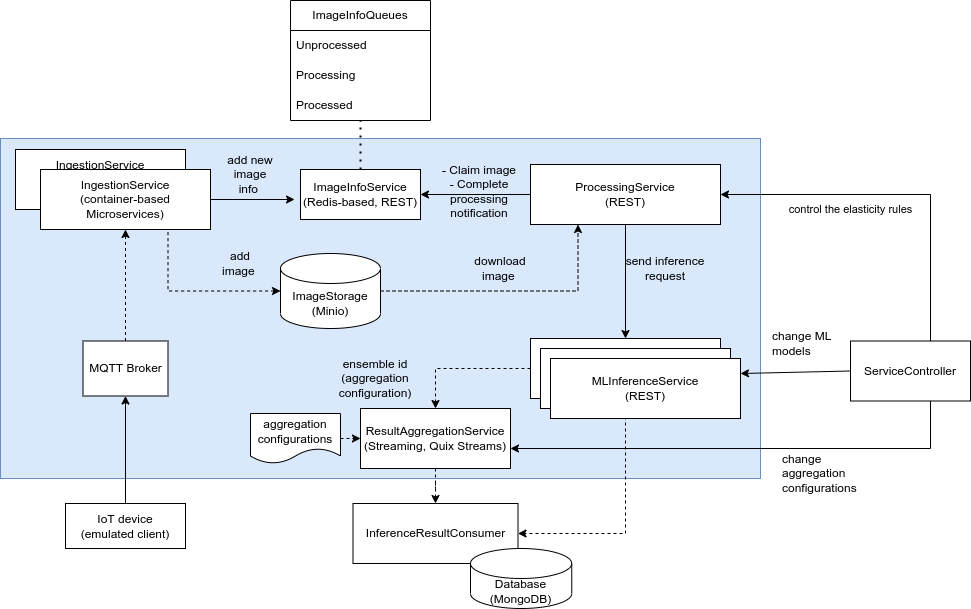
rdsea/ROHE keeps this draw.io diagram as examples/applications/object_classification/nii_case.drawio.png. Above is the earlier version. Source tidied: cells renumbered, new cells last; positions are measured from the earlier drawing's top-left corner, leaving out a move shared by most shapes.
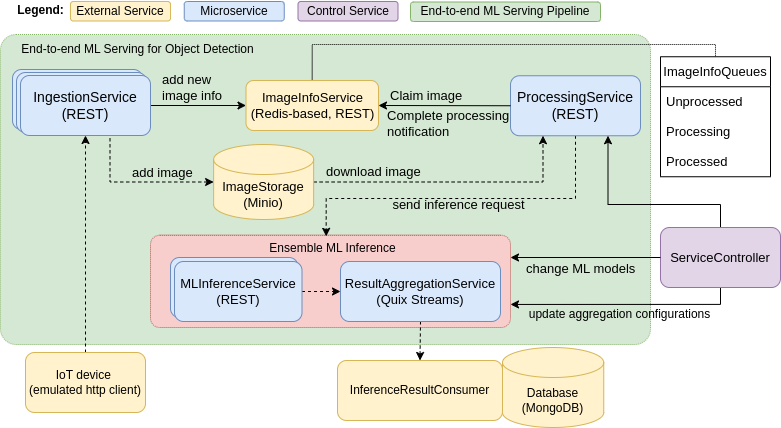
After the change.

The edit, as a diff of the source:
```diff
@@ -4,48 +4,50 @@
     <mxCell id="1" parent="0" />
-    <mxCell id="2" style="rounded=0;whiteSpace=wrap;html=1;fillColor=#dae8fc;strokeColor=#6c8ebf;" parent="1" vertex="1">
-      <mxGeometry y="138" width="760" height="340" as="geometry" />
-    </mxCell>
-    <mxCell id="3" style="edgeStyle=orthogonalEdgeStyle;rounded=0;jettySize=auto;html=1;" parent="1" edge="1" source="4" target="30">
-      <mxGeometry relative="1" as="geometry" />
-    </mxCell>
-    <mxCell id="4" value="IoT device&lt;br&gt;(emulated client)" style="rounded=0;whiteSpace=wrap;html=1;" parent="1" vertex="1">
-      <mxGeometry x="65" y="503" width="120" height="45" as="geometry" />
-    </mxCell>
-    <mxCell id="5" style="edgeStyle=orthogonalEdgeStyle;rounded=0;jettySize=auto;html=1;entryX=0.5;entryY=0;entryDx=0;entryDy=0;dashed=1;" parent="1" edge="1" source="7" target="33">
-      <mxGeometry relative="1" as="geometry" />
-    </mxCell>
-    <mxCell id="6" style="edgeStyle=orthogonalEdgeStyle;rounded=0;jettySize=auto;html=1;entryX=1;entryY=0.5;entryDx=0;entryDy=0;exitX=0.5;exitY=1;exitDx=0;exitDy=0;dashed=1;" parent="1" edge="1" source="7" target="31">
-      <mxGeometry relative="1" as="geometry" />
-    </mxCell>
-    <mxCell id="7" value="MLInferenceService&lt;br&gt;(REST)" style="rounded=0;whiteSpace=wrap;html=1;" parent="1" vertex="1">
-      <mxGeometry x="530" y="338" width="190" height="60" as="geometry" />
-    </mxCell>
+    <mxCell id="45" style="rounded=1;whiteSpace=wrap;html=1;fillColor=#d5e8d4;strokeColor=#82b366;arcSize=5;dashed=1;dashPattern=1 1;" parent="1" vertex="1">
+      <mxGeometry x="-590" y="2243" width="650" height="310" as="geometry" />
+    </mxCell>
+    <mxCell id="46" style="edgeStyle=orthogonalEdgeStyle;rounded=0;jettySize=auto;html=1;entryX=0;entryY=0.5;entryDx=0;entryDy=0;exitX=1;exitY=0.5;exitDx=0;exitDy=0;" parent="1" edge="1" source="60" target="12">
+      <mxGeometry relative="1" as="geometry" />
+    </mxCell>
+    <mxCell id="47" style="rounded=1;whiteSpace=wrap;html=1;dashed=1;dashPattern=1 1;fillColor=#f8cecc;strokeColor=#b85450;arcSize=10;" parent="1" vertex="1">
+      <mxGeometry x="-440" y="2443.8" width="360" height="92.2" as="geometry" />
+    </mxCell>
+    <mxCell id="48" style="edgeStyle=orthogonalEdgeStyle;rounded=0;jettySize=auto;html=1;exitX=0.5;exitY=0;exitDx=0;exitDy=0;entryX=0.5;entryY=1;entryDx=0;entryDy=0;dashed=1;" parent="1" edge="1" source="49" target="60">
+      <mxGeometry relative="1" as="geometry" />
+    </mxCell>
+    <mxCell id="49" value="IoT device&amp;nbsp;&lt;br&gt;(emulated http client)" style="rounded=1;whiteSpace=wrap;html=1;fillColor=#fff2cc;strokeColor=#d6b656;" parent="1" vertex="1">
+      <mxGeometry x="-565" y="2561" width="120" height="60" as="geometry" />
+    </mxCell>
+    <mxCell id="20" value="&lt;span style=&quot;font-size: 13px; text-align: left;&quot;&gt;send inference request&lt;/span&gt;" style="edgeStyle=orthogonalEdgeStyle;rounded=0;jettySize=auto;html=1;dashed=1;entryX=0.488;entryY=0.012;entryDx=0;entryDy=0;entryPerimeter=0;labelBackgroundColor=none;" parent="1" edge="1" source="8" target="47">
+      <mxGeometry x="0.03" y="6" relative="1" as="geometry">
+        <Array as="points">
+          <mxPoint x="-15" y="2407" />
+          <mxPoint x="-264" y="2407" />
+        </Array>
+      </mxGeometry>
+    </mxCell>
-    <mxCell id="8" value="ProcessingService&lt;br&gt;(REST)" style="rounded=0;whiteSpace=wrap;html=1;" parent="1" vertex="1">
-      <mxGeometry x="530" y="164" width="190" height="60" as="geometry" />
+    <mxCell id="8" value="&lt;font style=&quot;font-size: 14px;&quot;&gt;ProcessingService&lt;br&gt;(REST)&lt;/font&gt;" style="rounded=1;whiteSpace=wrap;html=1;fillColor=#dae8fc;strokeColor=#6c8ebf;" parent="1" vertex="1">
+      <mxGeometry x="-80" y="2284.2" width="130" height="60" as="geometry" />
     </mxCell>
-    <mxCell id="9" style="endArrow=classic;html=1;rounded=0;exitX=1;exitY=0.5;exitDx=0;exitDy=0;entryX=-0.05;entryY=0.6;entryDx=0;entryDy=0;entryPerimeter=0;" parent="1" edge="1" source="44" target="12">
-      <mxGeometry relative="1" as="geometry" />
-    </mxCell>
-    <mxCell id="10" style="endArrow=classic;html=1;rounded=0;entryX=0.5;entryY=0;entryDx=0;entryDy=0;exitX=0.5;exitY=1;exitDx=0;exitDy=0;" parent="1" edge="1" source="8" target="7">
-      <mxGeometry relative="1" as="geometry" />
-    </mxCell>
-    <mxCell id="11" style="endArrow=none;dashed=1;html=1;dashPattern=1 3;strokeWidth=2;rounded=0;exitX=0.5;exitY=0;exitDx=0;exitDy=0;" parent="1" edge="1" source="12">
-      <mxGeometry relative="1" as="geometry">
-        <mxPoint x="360" y="120" as="targetPoint" />
-      </mxGeometry>
-    </mxCell>
+    <mxCell id="50" style="edgeStyle=orthogonalEdgeStyle;jettySize=auto;html=1;exitX=0.5;exitY=0;exitDx=0;exitDy=0;entryX=0.5;entryY=0;entryDx=0;entryDy=0;dashed=1;dashPattern=1 1;strokeColor=default;rounded=0;endArrow=none;endFill=0;" parent="1" edge="1" source="12" target="13">
+      <mxGeometry relative="1" as="geometry">
+        <Array as="points">
+          <mxPoint x="-278" y="2253" />
+          <mxPoint x="125" y="2253" />
+        </Array>
+      </mxGeometry>
+    </mxCell>
-    <mxCell id="12" value="ImageInfoService&lt;br&gt;(Redis-based, REST)" style="rounded=0;whiteSpace=wrap;html=1;" parent="1" vertex="1">
-      <mxGeometry x="300" y="169" width="120" height="50" as="geometry" />
+    <mxCell id="12" value="&lt;font style=&quot;font-size: 13px;&quot;&gt;ImageInfoService&lt;br&gt;(Redis-based, REST)&lt;/font&gt;" style="rounded=1;whiteSpace=wrap;html=1;fillColor=#fff2cc;strokeColor=#d6b656;" parent="1" vertex="1">
+      <mxGeometry x="-344.5" y="2289" width="132.5" height="50" as="geometry" />
     </mxCell>
-    <mxCell id="13" value="ImageInfoQueues" style="swimlane;fontStyle=0;horizontal=1;startSize=30;whiteSpace=wrap;html=1;" parent="1" vertex="1">
-      <mxGeometry x="290" width="140" height="120" as="geometry" />
+    <mxCell id="13" value="&lt;font style=&quot;font-size: 13px;&quot;&gt;ImageInfoQueues&lt;/font&gt;" style="swimlane;fontStyle=0;horizontal=1;startSize=30;whiteSpace=wrap;html=1;" parent="1" vertex="1">
+      <mxGeometry x="70" y="2265.2" width="110" height="120" as="geometry" />
     </mxCell>
-    <mxCell id="14" value="Unprocessed" style="text;strokeColor=none;fillColor=none;align=left;verticalAlign=middle;spacingLeft=4;spacingRight=4;overflow=hidden;whiteSpace=wrap;html=1;" parent="13" vertex="1">
-      <mxGeometry y="30" width="140" height="30" as="geometry" />
+    <mxCell id="14" value="&lt;font style=&quot;font-size: 13px;&quot;&gt;Unprocessed&lt;/font&gt;" style="text;strokeColor=none;fillColor=none;align=left;verticalAlign=middle;spacingLeft=4;spacingRight=4;overflow=hidden;whiteSpace=wrap;html=1;" parent="13" vertex="1">
+      <mxGeometry y="30" width="110" height="30" as="geometry" />
     </mxCell>
-    <mxCell id="15" value="Processing" style="text;strokeColor=none;fillColor=none;align=left;verticalAlign=middle;spacingLeft=4;spacingRight=4;overflow=hidden;whiteSpace=wrap;html=1;" parent="13" vertex="1">
-      <mxGeometry y="60" width="140" height="30" as="geometry" />
+    <mxCell id="15" value="&lt;font style=&quot;font-size: 13px;&quot;&gt;Processing&lt;/font&gt;" style="text;strokeColor=none;fillColor=none;align=left;verticalAlign=middle;spacingLeft=4;spacingRight=4;overflow=hidden;whiteSpace=wrap;html=1;" parent="13" vertex="1">
+      <mxGeometry y="60" width="110" height="30" as="geometry" />
     </mxCell>
-    <mxCell id="16" value="Processed" style="text;strokeColor=none;fillColor=none;align=left;verticalAlign=middle;spacingLeft=4;spacingRight=4;overflow=hidden;whiteSpace=wrap;html=1;" parent="13" vertex="1">
-      <mxGeometry y="90" width="140" height="30" as="geometry" />
+    <mxCell id="16" value="&lt;font style=&quot;font-size: 13px;&quot;&gt;Processed&lt;/font&gt;" style="text;strokeColor=none;fillColor=none;align=left;verticalAlign=middle;spacingLeft=4;spacingRight=4;overflow=hidden;whiteSpace=wrap;html=1;" parent="13" vertex="1">
+      <mxGeometry y="90" width="110" height="30" as="geometry" />
     </mxCell>
@@ -54,22 +56,20 @@
     </mxCell>
-    <mxCell id="18" value="add new image info&amp;nbsp;" style="text;html=1;strokeColor=none;fillColor=none;align=center;verticalAlign=middle;whiteSpace=wrap;rounded=0;" parent="1" vertex="1">
-      <mxGeometry x="220" y="159" width="60" height="30" as="geometry" />
+    <mxCell id="18" value="&lt;font style=&quot;font-size: 13px;&quot;&gt;add new image info&amp;nbsp;&lt;/font&gt;" style="text;html=1;strokeColor=none;fillColor=none;align=left;verticalAlign=middle;whiteSpace=wrap;rounded=0;" parent="1" vertex="1">
+      <mxGeometry x="-430" y="2281" width="70" height="30" as="geometry" />
     </mxCell>
-    <mxCell id="19" value="- Claim image&lt;br&gt;- Complete processing notification" style="text;html=1;strokeColor=none;fillColor=none;align=center;verticalAlign=middle;whiteSpace=wrap;rounded=0;" parent="1" vertex="1">
-      <mxGeometry x="424" y="151" width="110" height="80" as="geometry" />
-    </mxCell>
-    <mxCell id="20" value="send inference request" style="text;html=1;strokeColor=none;fillColor=none;align=center;verticalAlign=middle;whiteSpace=wrap;rounded=0;" parent="1" vertex="1">
-      <mxGeometry x="620" y="253" width="90" height="30" as="geometry" />
-    </mxCell>
-    <mxCell id="21" style="edgeStyle=orthogonalEdgeStyle;rounded=0;jettySize=auto;html=1;" parent="1" edge="1" source="23" target="33">
-      <mxGeometry relative="1" as="geometry">
-        <Array as="points">
-          <mxPoint x="930" y="448" />
-        </Array>
-      </mxGeometry>
-    </mxCell>
+    <mxCell id="51" value="&lt;font style=&quot;font-size: 13px;&quot;&gt;Claim image&lt;br&gt;&lt;/font&gt;" style="text;html=1;strokeColor=none;fillColor=none;align=left;verticalAlign=middle;whiteSpace=wrap;rounded=0;" parent="1" vertex="1">
+      <mxGeometry x="-201.9" y="2292" width="143.8" height="24" as="geometry" />
+    </mxCell>
+    <mxCell id="52" value="&lt;span style=&quot;font-size: 12px; text-align: left;&quot;&gt;update aggregation configurations&lt;/span&gt;" style="edgeStyle=orthogonalEdgeStyle;rounded=0;jettySize=auto;html=1;exitX=0.5;exitY=1;exitDx=0;exitDy=0;entryX=1;entryY=0.75;entryDx=0;entryDy=0;labelBackgroundColor=none;" parent="1" edge="1" source="23" target="47">
+      <mxGeometry x="0.04" y="10" relative="1" as="geometry">
+        <Array as="points">
+          <mxPoint x="130" y="2513" />
+        </Array>
+      </mxGeometry>
+    </mxCell>
-    <mxCell id="22" value="control the elasticity rules" style="edgeStyle=orthogonalEdgeStyle;rounded=0;jettySize=auto;html=1;entryX=1;entryY=0.5;entryDx=0;entryDy=0;" parent="1" edge="1" source="23" target="8">
-      <mxGeometry x="0.27" y="15" relative="1" as="geometry">
+    <mxCell id="22" style="edgeStyle=orthogonalEdgeStyle;rounded=0;jettySize=auto;html=1;entryX=0.75;entryY=1;entryDx=0;entryDy=0;exitX=0.5;exitY=0;exitDx=0;exitDy=0;" parent="1" edge="1" source="23" target="8">
+      <mxGeometry relative="1" as="geometry">
         <Array as="points">
-          <mxPoint x="930" y="194" />
+          <mxPoint x="130" y="2413" />
+          <mxPoint x="18" y="2413" />
         </Array>
@@ -77,14 +77,16 @@
     </mxCell>
-    <mxCell id="23" value="ServiceController" style="rounded=0;whiteSpace=wrap;html=1;" parent="1" vertex="1">
-      <mxGeometry x="850" y="340.5" width="120" height="60" as="geometry" />
+    <mxCell id="23" value="&lt;font style=&quot;font-size: 13px;&quot;&gt;ServiceController&lt;/font&gt;" style="rounded=1;whiteSpace=wrap;html=1;fillColor=#e1d5e7;strokeColor=#9673a6;" parent="1" vertex="1">
+      <mxGeometry x="70" y="2436" width="120" height="60" as="geometry" />
     </mxCell>
-    <mxCell id="24" style="endArrow=classic;html=1;rounded=0;entryX=1;entryY=0.25;entryDx=0;entryDy=0;exitX=0;exitY=0.5;exitDx=0;exitDy=0;" parent="1" edge="1" source="23" target="42">
-      <mxGeometry relative="1" as="geometry" />
-    </mxCell>
+    <mxCell id="53" style="endArrow=classic;html=1;rounded=0;exitX=0;exitY=0.5;exitDx=0;exitDy=0;" parent="1" edge="1" source="23">
+      <mxGeometry relative="1" as="geometry">
+        <mxPoint x="-80" y="2466" as="targetPoint" />
+      </mxGeometry>
+    </mxCell>
-    <mxCell id="25" value="change ML models" style="text;html=1;strokeColor=none;fillColor=none;align=left;verticalAlign=middle;whiteSpace=wrap;rounded=0;" parent="1" vertex="1">
-      <mxGeometry x="770" y="318" width="70" height="50" as="geometry" />
+    <mxCell id="25" value="&lt;font style=&quot;font-size: 13px;&quot;&gt;change ML models&lt;/font&gt;" style="text;html=1;strokeColor=none;fillColor=none;align=left;verticalAlign=middle;whiteSpace=wrap;rounded=0;" parent="1" vertex="1">
+      <mxGeometry x="-66.2" y="2452" width="120" height="50" as="geometry" />
     </mxCell>
-    <mxCell id="26" style="edgeStyle=orthogonalEdgeStyle;rounded=0;jettySize=auto;html=1;entryX=0.75;entryY=1;entryDx=0;entryDy=0;startArrow=classic;startFill=1;endArrow=none;endFill=0;dashed=1;" parent="1" edge="1" source="28" target="44">
-      <mxGeometry relative="1" as="geometry" />
-    </mxCell>
+    <mxCell id="54" style="edgeStyle=orthogonalEdgeStyle;rounded=0;jettySize=auto;html=1;entryX=0.75;entryY=1;entryDx=0;entryDy=0;startArrow=classic;startFill=1;endArrow=none;endFill=0;dashed=1;" parent="1" edge="1" source="28" target="58">
+      <mxGeometry relative="1" as="geometry" />
+    </mxCell>
     <mxCell id="27" style="edgeStyle=orthogonalEdgeStyle;rounded=0;jettySize=auto;html=1;exitX=1;exitY=0.5;exitDx=0;exitDy=0;exitPerimeter=0;entryX=0.25;entryY=1;entryDx=0;entryDy=0;dashed=1;" parent="1" edge="1" source="28" target="8">
@@ -92,53 +94,65 @@
     </mxCell>
-    <mxCell id="28" value="ImageStorage&lt;br&gt;(Minio)" style="shape=cylinder3;whiteSpace=wrap;html=1;boundedLbl=1;backgroundOutline=1;size=15;" parent="1" vertex="1">
-      <mxGeometry x="280" y="253" width="100" height="75" as="geometry" />
+    <mxCell id="28" value="&lt;font style=&quot;font-size: 13px;&quot;&gt;ImageStorage&lt;br&gt;(Minio)&lt;/font&gt;" style="shape=cylinder3;whiteSpace=wrap;html=1;boundedLbl=1;backgroundOutline=1;size=15;fillColor=#fff2cc;strokeColor=#d6b656;" parent="1" vertex="1">
+      <mxGeometry x="-376.9" y="2353" width="100" height="75" as="geometry" />
     </mxCell>
-    <mxCell id="29" style="edgeStyle=orthogonalEdgeStyle;rounded=0;jettySize=auto;html=1;dashed=1;" parent="1" edge="1" source="30" target="44">
-      <mxGeometry relative="1" as="geometry" />
-    </mxCell>
-    <mxCell id="30" value="MQTT Broker" style="rounded=0;whiteSpace=wrap;html=1;" parent="1" vertex="1">
-      <mxGeometry x="82.5" y="340.5" width="85" height="55" as="geometry" />
-    </mxCell>
-    <mxCell id="31" value="InferenceResultConsumer" style="rounded=0;whiteSpace=wrap;html=1;" parent="1" vertex="1">
-      <mxGeometry x="352.5" y="503" width="165" height="60" as="geometry" />
+    <mxCell id="31" value="InferenceResultConsumer" style="rounded=1;whiteSpace=wrap;html=1;fillColor=#fff2cc;strokeColor=#d6b656;" parent="1" vertex="1">
+      <mxGeometry x="-253" y="2569" width="165" height="60" as="geometry" />
     </mxCell>
-    <mxCell id="32" style="edgeStyle=orthogonalEdgeStyle;rounded=0;jettySize=auto;html=1;dashed=1;" parent="1" edge="1" source="33" target="31">
-      <mxGeometry relative="1" as="geometry" />
-    </mxCell>
-    <mxCell id="33" value="ResultAggregationService&lt;br&gt;(Streaming, Quix Streams)" style="rounded=0;whiteSpace=wrap;html=1;" parent="1" vertex="1">
-      <mxGeometry x="360" y="408" width="150" height="60" as="geometry" />
-    </mxCell>
+    <mxCell id="55" style="edgeStyle=orthogonalEdgeStyle;rounded=0;jettySize=auto;html=1;exitX=0.5;exitY=1;exitDx=0;exitDy=0;entryX=0.5;entryY=0;entryDx=0;entryDy=0;dashed=1;" parent="1" edge="1" source="56" target="31">
+      <mxGeometry relative="1" as="geometry" />
+    </mxCell>
+    <mxCell id="56" value="&lt;font style=&quot;font-size: 13px;&quot;&gt;ResultAggregationService&lt;br&gt;(Quix Streams)&lt;/font&gt;" style="rounded=1;whiteSpace=wrap;html=1;fillColor=#dae8fc;strokeColor=#6c8ebf;" parent="1" vertex="1">
+      <mxGeometry x="-250" y="2470" width="160" height="60" as="geometry" />
+    </mxCell>
-    <mxCell id="34" value="Database&lt;br&gt;(MongoDB)" style="shape=cylinder3;whiteSpace=wrap;html=1;boundedLbl=1;backgroundOutline=1;size=15;" parent="1" vertex="1">
-      <mxGeometry x="470" y="548" width="101.2" height="60" as="geometry" />
+    <mxCell id="34" value="Database&lt;br&gt;(MongoDB)" style="shape=cylinder3;whiteSpace=wrap;html=1;boundedLbl=1;backgroundOutline=1;size=15;fillColor=#fff2cc;strokeColor=#d6b656;" parent="1" vertex="1">
+      <mxGeometry x="-88" y="2556" width="101.2" height="80" as="geometry" />
     </mxCell>
-    <mxCell id="35" value="ensemble id (aggregation configuration)" style="text;html=1;strokeColor=none;fillColor=none;align=center;verticalAlign=middle;whiteSpace=wrap;rounded=0;" parent="1" vertex="1">
-      <mxGeometry x="320" y="348" width="110" height="60" as="geometry" />
-    </mxCell>
-    <mxCell id="36" value="add image&amp;nbsp;" style="text;html=1;strokeColor=none;fillColor=none;align=center;verticalAlign=middle;whiteSpace=wrap;rounded=0;" parent="1" vertex="1">
-      <mxGeometry x="210" y="248" width="60" height="30" as="geometry" />
+    <mxCell id="36" value="&lt;font style=&quot;font-size: 13px;&quot;&gt;add image&amp;nbsp;&lt;/font&gt;" style="text;html=1;strokeColor=none;fillColor=none;align=left;verticalAlign=middle;whiteSpace=wrap;rounded=0;" parent="1" vertex="1">
+      <mxGeometry x="-460" y="2366" width="70" height="30" as="geometry" />
     </mxCell>
-    <mxCell id="37" value="download image&amp;nbsp;" style="text;html=1;strokeColor=none;fillColor=none;align=center;verticalAlign=middle;whiteSpace=wrap;rounded=0;" parent="1" vertex="1">
-      <mxGeometry x="470" y="253" width="60" height="30" as="geometry" />
+    <mxCell id="37" value="&lt;font style=&quot;font-size: 13px;&quot;&gt;download image&amp;nbsp;&lt;/font&gt;" style="text;html=1;strokeColor=none;fillColor=none;align=left;verticalAlign=middle;whiteSpace=wrap;rounded=0;" parent="1" vertex="1">
+      <mxGeometry x="-266" y="2365" width="117" height="30" as="geometry" />
     </mxCell>
-    <mxCell id="38" style="rounded=0;jettySize=auto;html=1;dashed=1;" parent="1" edge="1" source="39" target="33">
-      <mxGeometry relative="1" as="geometry" />
-    </mxCell>
-    <mxCell id="39" value="aggregation configurations" style="shape=document;whiteSpace=wrap;html=1;boundedLbl=1;" parent="1" vertex="1">
-      <mxGeometry x="250" y="413" width="90" height="50" as="geometry" />
-    </mxCell>
-    <mxCell id="40" value="change aggregation configurations" style="text;html=1;strokeColor=none;fillColor=none;align=left;verticalAlign=middle;whiteSpace=wrap;rounded=0;" parent="1" vertex="1">
-      <mxGeometry x="780" y="448" width="70" height="50" as="geometry" />
-    </mxCell>
-    <mxCell id="41" value="MLInferenceService&lt;br&gt;(REST)" style="rounded=0;whiteSpace=wrap;html=1;" parent="1" vertex="1">
-      <mxGeometry x="540" y="348" width="190" height="60" as="geometry" />
-    </mxCell>
-    <mxCell id="42" value="MLInferenceService&lt;br&gt;(REST)" style="rounded=0;whiteSpace=wrap;html=1;" parent="1" vertex="1">
-      <mxGeometry x="550" y="358" width="190" height="60" as="geometry" />
-    </mxCell>
-    <mxCell id="43" value="IngestionService&lt;br&gt;(container-based Microservices)" style="rounded=0;whiteSpace=wrap;html=1;" parent="1" vertex="1">
-      <mxGeometry x="15" y="149" width="170" height="60" as="geometry" />
-    </mxCell>
-    <mxCell id="44" value="IngestionService&lt;br&gt;(container-based Microservices)" style="rounded=0;whiteSpace=wrap;html=1;" parent="1" vertex="1">
-      <mxGeometry x="40" y="169" width="170" height="60" as="geometry" />
-    </mxCell>
+    <mxCell id="57" value="&lt;font style=&quot;font-size: 13px;&quot;&gt;MLInferenceService&lt;br&gt;(REST)&lt;/font&gt;" style="rounded=1;whiteSpace=wrap;html=1;fillColor=#dae8fc;strokeColor=#6c8ebf;" parent="1" vertex="1">
+      <mxGeometry x="-420" y="2466" width="127.5" height="60" as="geometry" />
+    </mxCell>
+    <mxCell id="58" value="&lt;font style=&quot;font-size: 14px;&quot;&gt;IngestionService&lt;br&gt;(REST)&lt;/font&gt;" style="rounded=1;whiteSpace=wrap;html=1;fillColor=#dae8fc;strokeColor=#6c8ebf;" parent="1" vertex="1">
+      <mxGeometry x="-578" y="2278" width="130" height="60" as="geometry" />
+    </mxCell>
+    <mxCell id="59" value="&lt;font style=&quot;font-size: 14px;&quot;&gt;IngestionService&lt;br&gt;(REST)&lt;/font&gt;" style="rounded=1;whiteSpace=wrap;html=1;fillColor=#dae8fc;strokeColor=#6c8ebf;" parent="1" vertex="1">
+      <mxGeometry x="-574" y="2281" width="130" height="60" as="geometry" />
+    </mxCell>
+    <mxCell id="60" value="&lt;font style=&quot;font-size: 14px;&quot;&gt;IngestionService&lt;br&gt;(REST)&lt;/font&gt;" style="rounded=1;whiteSpace=wrap;html=1;fillColor=#dae8fc;strokeColor=#6c8ebf;" parent="1" vertex="1">
+      <mxGeometry x="-570" y="2284" width="130" height="60" as="geometry" />
+    </mxCell>
+    <mxCell id="61" value="&lt;font style=&quot;font-size: 13px&quot;&gt;Complete processing notification&lt;/font&gt;" style="text;html=1;strokeColor=none;fillColor=none;align=left;verticalAlign=middle;whiteSpace=wrap;rounded=0;" parent="1" vertex="1">
+      <mxGeometry x="-205" y="2317.2" width="150" height="30" as="geometry" />
+    </mxCell>
+    <mxCell id="62" style="edgeStyle=orthogonalEdgeStyle;rounded=0;jettySize=auto;html=1;exitX=1;exitY=0.5;exitDx=0;exitDy=0;entryX=0;entryY=0.5;entryDx=0;entryDy=0;labelBackgroundColor=none;dashed=1;" parent="1" edge="1" source="63" target="56">
+      <mxGeometry relative="1" as="geometry" />
+    </mxCell>
+    <mxCell id="63" value="&lt;font style=&quot;font-size: 13px;&quot;&gt;MLInferenceService&lt;br&gt;(REST)&lt;/font&gt;" style="rounded=1;whiteSpace=wrap;html=1;fillColor=#dae8fc;strokeColor=#6c8ebf;" parent="1" vertex="1">
+      <mxGeometry x="-416" y="2470" width="127.5" height="60" as="geometry" />
+    </mxCell>
+    <mxCell id="64" value="Ensemble ML Inference" style="text;html=1;align=center;verticalAlign=middle;strokeColor=none;fillColor=none;" parent="1" vertex="1">
+      <mxGeometry x="-328" y="2447" width="140" height="20" as="geometry" />
+    </mxCell>
+    <mxCell id="65" value="End-to-end ML Serving for Object Detection" style="text;html=1;align=center;verticalAlign=middle;strokeColor=none;fillColor=none;" parent="1" vertex="1">
+      <mxGeometry x="-578" y="2248" width="250" height="20" as="geometry" />
+    </mxCell>
+    <mxCell id="66" value="External Service" style="rounded=1;whiteSpace=wrap;html=1;fillColor=#fff2cc;strokeColor=#d6b656;" parent="1" vertex="1">
+      <mxGeometry x="-520" y="2210" width="100" height="19.5" as="geometry" />
+    </mxCell>
+    <mxCell id="67" value="&lt;b&gt;Legend:&lt;/b&gt;" style="text;html=1;align=center;verticalAlign=middle;strokeColor=none;fillColor=none;" parent="1" vertex="1">
+      <mxGeometry x="-580" y="2209" width="60" height="20" as="geometry" />
+    </mxCell>
+    <mxCell id="68" value="Microservice" style="rounded=1;whiteSpace=wrap;html=1;fillColor=#dae8fc;strokeColor=#6c8ebf;" parent="1" vertex="1">
+      <mxGeometry x="-406.2" y="2210" width="100" height="19.5" as="geometry" />
+    </mxCell>
+    <mxCell id="69" value="Control Service" style="rounded=1;whiteSpace=wrap;html=1;fillColor=#e1d5e7;strokeColor=#9673a6;" parent="1" vertex="1">
+      <mxGeometry x="-292.5" y="2210" width="100" height="19.5" as="geometry" />
+    </mxCell>
+    <mxCell id="70" value="End-to-end ML Serving Pipeline" style="rounded=1;whiteSpace=wrap;html=1;fillColor=#d5e8d4;strokeColor=#82b366;" parent="1" vertex="1">
+      <mxGeometry x="-180" y="2210.5" width="190" height="19.5" as="geometry" />
+    </mxCell>
   </root>
```
